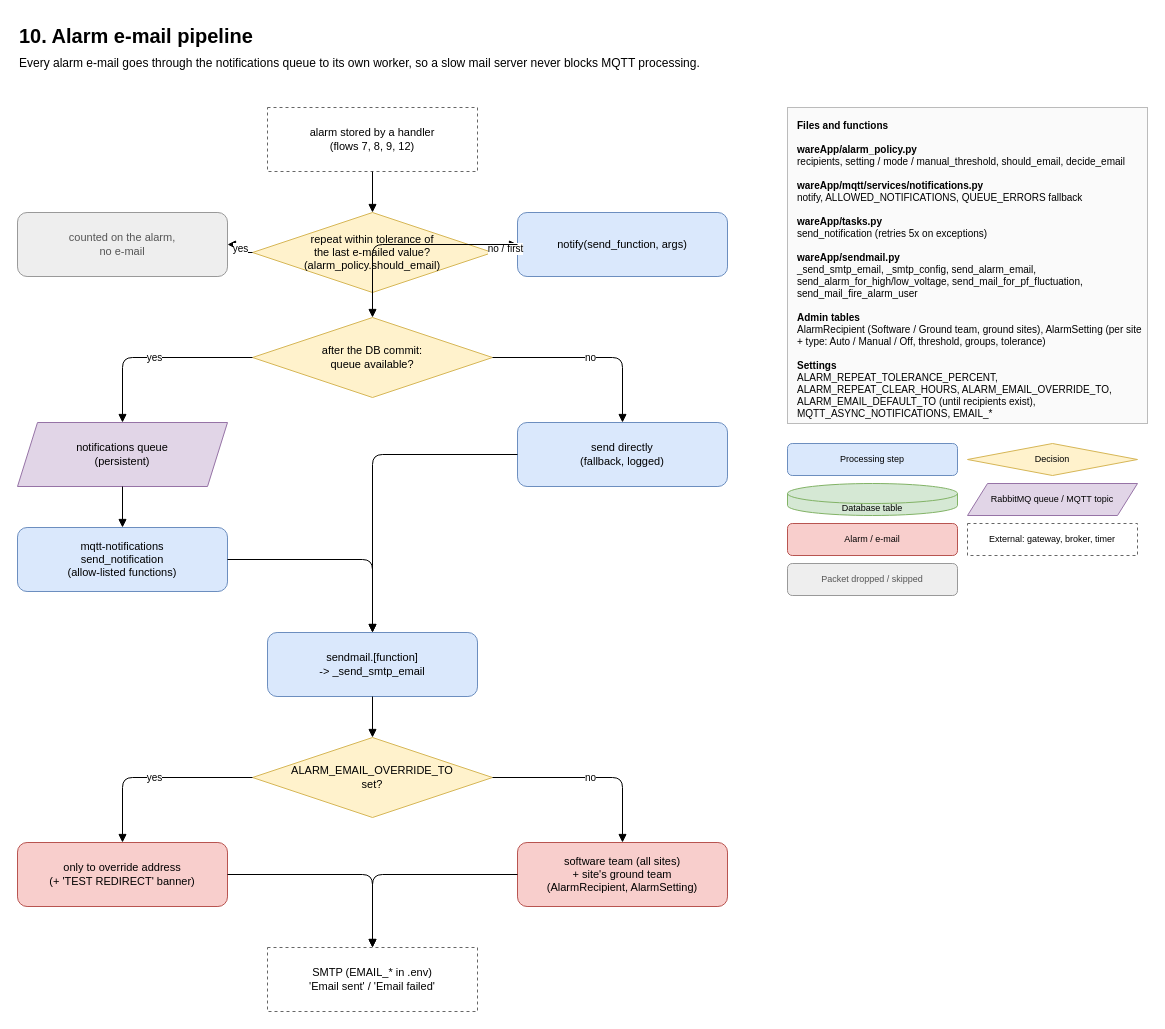
The draw.io diagram docs/mqtt-flows/drawio/10-alarm-email.drawio in ashutoshdubey-aviconn/AVC-backend, before the edit. Source tidied: cells renumbered, new cells numbered last; positions are measured from the earlier drawing's top-left corner, leaving out a move shared by most shapes. Both pictures are drawn from the tidied source at 100%, with x=0, y=0 at pixel (17, 17).
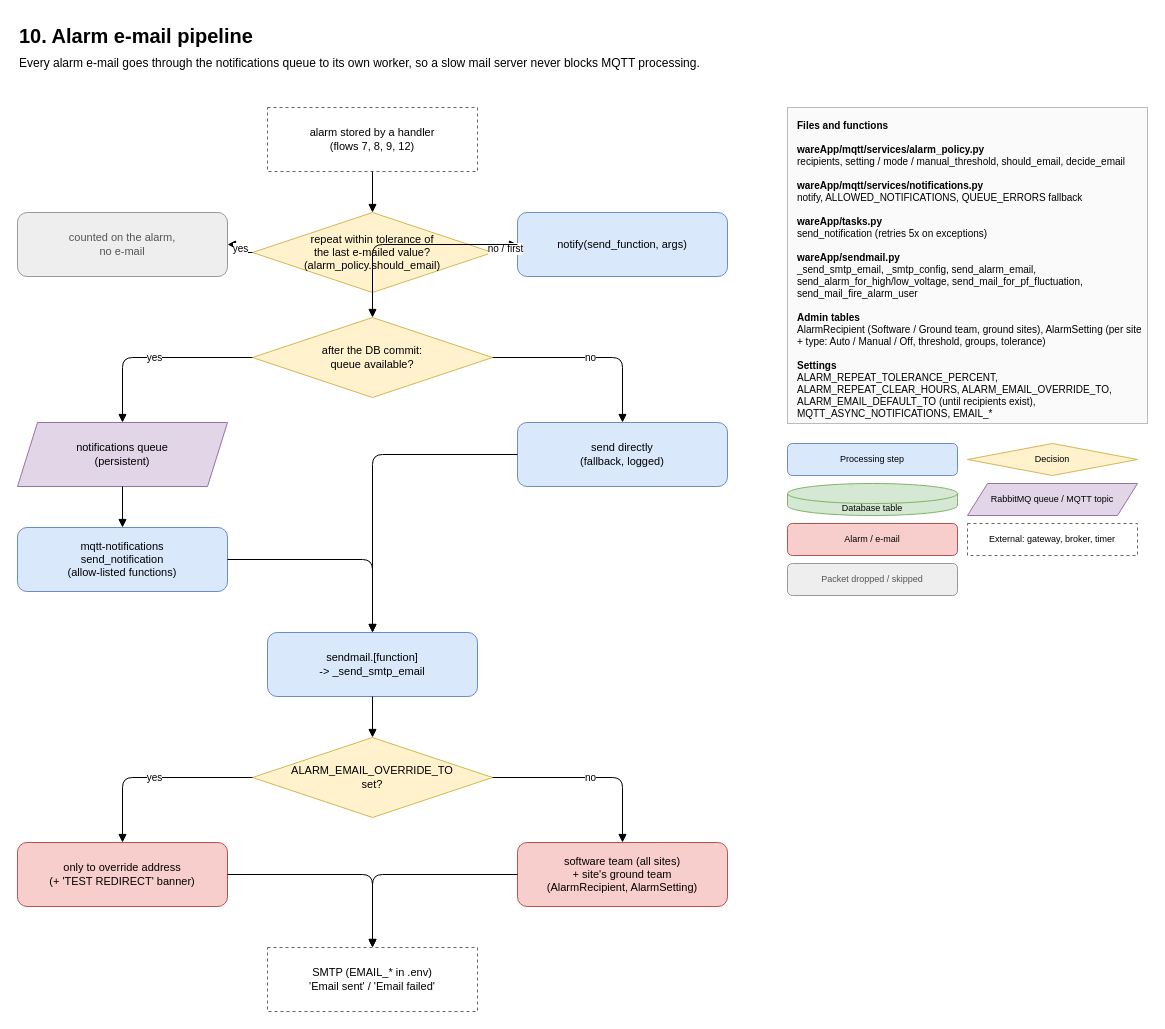
Above is the later version.

What changed in the source:
```diff
@@
-    <mxCell id="31" value="&lt;b&gt;Files and functions&lt;/b&gt;&lt;br&gt;&lt;br&gt;&lt;b&gt;wareApp/alarm_policy.py&lt;/b&gt;&lt;br&gt;recipients, setting / mode / manual_threshold, should_email, decide_email&lt;br&gt;&lt;br&gt;&lt;b&gt;wareApp/mqtt/services/notifications.py&lt;/b&gt;&lt;br&gt;notify, ALLOWED_NOTIFICATIONS, QUEUE_ERRORS fallback&lt;br&gt;&lt;br&gt;&lt;b&gt;wareApp/tasks.py&lt;/b&gt;&lt;br&gt;send_notification (retries 5x on exceptions)&lt;br&gt;&lt;br&gt;&lt;b&gt;wareApp/sendmail.py&lt;/b&gt;&lt;br&gt;_send_smtp_email, _smtp_config, send_alarm_email, send_alarm_for_high/low_voltage, send_mail_for_pf_fluctuation, send_mail_fire_alarm_user&lt;br&gt;&lt;br&gt;&lt;b&gt;Admin tables&lt;/b&gt;&lt;br&gt;AlarmRecipient (Software / Ground team, ground sites), AlarmSetting (per site + type: Auto / Manual / Off, threshold, groups, tolerance)&lt;br&gt;&lt;br&gt;&lt;b&gt;Settings&lt;/b&gt;&lt;br&gt;ALARM_REPEAT_TOLERANCE_PERCENT, ALARM_REPEAT_CLEAR_HOURS, ALARM_EMAIL_OVERRIDE_TO, ALARM_EMAIL_DEFAULT_TO (until recipients exist), MQTT_ASYNC_NOTIFICATIONS, EMAIL_*&lt;br&gt;&lt;br&gt;" style="rounded=0;whiteSpace=wrap;html=1;align=left;verticalAlign=top;spacingLeft=8;spacingTop=6;fillColor=#fafafa;strokeColor=#bbbbbb;fontSize=10;" parent="1" vertex="1">
+    <mxCell id="31" value="&lt;b&gt;Files and functions&lt;/b&gt;&lt;br&gt;&lt;br&gt;&lt;b&gt;wareApp/mqtt/services/alarm_policy.py&lt;/b&gt;&lt;br&gt;recipients, setting / mode / manual_threshold, should_email, decide_email&lt;br&gt;&lt;br&gt;&lt;b&gt;wareApp/mqtt/services/notifications.py&lt;/b&gt;&lt;br&gt;notify, ALLOWED_NOTIFICATIONS, QUEUE_ERRORS fallback&lt;br&gt;&lt;br&gt;&lt;b&gt;wareApp/tasks.py&lt;/b&gt;&lt;br&gt;send_notification (retries 5x on exceptions)&lt;br&gt;&lt;br&gt;&lt;b&gt;wareApp/sendmail.py&lt;/b&gt;&lt;br&gt;_send_smtp_email, _smtp_config, send_alarm_email, send_alarm_for_high/low_voltage, send_mail_for_pf_fluctuation, send_mail_fire_alarm_user&lt;br&gt;&lt;br&gt;&lt;b&gt;Admin tables&lt;/b&gt;&lt;br&gt;AlarmRecipient (Software / Ground team, ground sites), AlarmSetting (per site + type: Auto / Manual / Off, threshold, groups, tolerance)&lt;br&gt;&lt;br&gt;&lt;b&gt;Settings&lt;/b&gt;&lt;br&gt;ALARM_REPEAT_TOLERANCE_PERCENT, ALARM_REPEAT_CLEAR_HOURS, ALARM_EMAIL_OVERRIDE_TO, ALARM_EMAIL_DEFAULT_TO (until recipients exist), MQTT_ASYNC_NOTIFICATIONS, EMAIL_*&lt;br&gt;&lt;br&gt;" style="rounded=0;whiteSpace=wrap;html=1;align=left;verticalAlign=top;spacingLeft=8;spacingTop=6;fillColor=#fafafa;strokeColor=#bbbbbb;fontSize=10;" parent="1" vertex="1">
       <mxGeometry x="770" y="90" width="360" height="316" as="geometry" />
     </mxCell>
```
